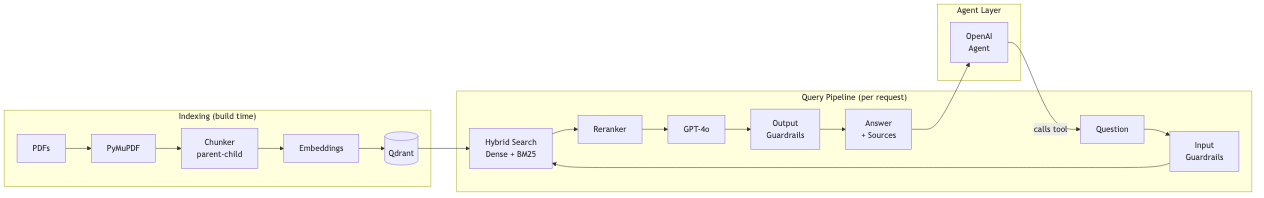
Above: docs/architecture_compact.png in shalabhsuman/helix-rag (Mermaid), before the change. Its source is kept beside it as docs/architecture_compact.mmd. Its diagram source:
```mermaid
flowchart LR
    subgraph Index["Indexing (build time)"]
        direction TB
        A[PDFs] --> B[PyMuPDF] --> C[Chunker\nparent-child] --> D[Embeddings] --> E[(Qdrant)]
    end

    subgraph Query["Query Pipeline (per request)"]
        direction TB
        F[Question] --> G[Input\nGuardrails] --> H[Hybrid Search\nDense + BM25]
        E --> H
        H --> I[Reranker] --> J[GPT-4o] --> K[Output\nGuardrails] --> L[Answer\n+ Sources]
    end

    subgraph Agent["Agent Layer"]
        direction TB
        N[OpenAI\nAgent] -->|calls tool| F
        L --> N
    end
```
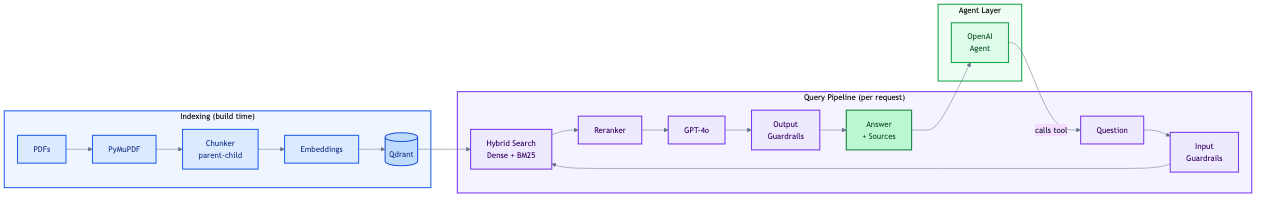
After the change.

Commit message:
Improve architecture diagram: color-code subgraphs, white background, styled nodes

Diff of the diagram source:
```diff
@@ -1,18 +1,29 @@
+%%{init: {'theme': 'base', 'themeVariables': {'background': '#ffffff', 'lineColor': '#64748b', 'primaryTextColor': '#0f172a', 'fontSize': '15px'}}}%%
 flowchart LR
+    classDef indexNode fill:#dbeafe,stroke:#2563eb,color:#1e3a8a,stroke-width:2px
+    classDef queryNode fill:#ede9fe,stroke:#7c3aed,color:#3b0764,stroke-width:2px
+    classDef agentNode fill:#dcfce7,stroke:#16a34a,color:#14532d,stroke-width:2px
+    classDef storeNode fill:#bfdbfe,stroke:#1d4ed8,color:#1e3a8a,stroke-width:2px
+    classDef successNode fill:#bbf7d0,stroke:#15803d,color:#14532d,stroke-width:2px
+
     subgraph Index["Indexing (build time)"]
         direction TB
-        A[PDFs] --> B[PyMuPDF] --> C[Chunker\nparent-child] --> D[Embeddings] --> E[(Qdrant)]
+        A[PDFs]:::indexNode --> B[PyMuPDF]:::indexNode --> C[Chunker\nparent-child]:::indexNode --> D[Embeddings]:::indexNode --> E[(Qdrant)]:::storeNode
     end
 
     subgraph Query["Query Pipeline (per request)"]
         direction TB
-        F[Question] --> G[Input\nGuardrails] --> H[Hybrid Search\nDense + BM25]
+        F[Question]:::queryNode --> G[Input\nGuardrails]:::queryNode --> H[Hybrid Search\nDense + BM25]:::queryNode
         E --> H
-        H --> I[Reranker] --> J[GPT-4o] --> K[Output\nGuardrails] --> L[Answer\n+ Sources]
+        H --> I[Reranker]:::queryNode --> J[GPT-4o]:::queryNode --> K[Output\nGuardrails]:::queryNode --> L[Answer\n+ Sources]:::successNode
     end
 
     subgraph Agent["Agent Layer"]
         direction TB
-        N[OpenAI\nAgent] -->|calls tool| F
+        N[OpenAI\nAgent]:::agentNode -->|calls tool| F
         L --> N
     end
+
+    style Index fill:#eff6ff,stroke:#2563eb,stroke-width:2px
+    style Query fill:#f5f3ff,stroke:#7c3aed,stroke-width:2px
+    style Agent fill:#f0fdf4,stroke:#16a34a,stroke-width:2px
```
